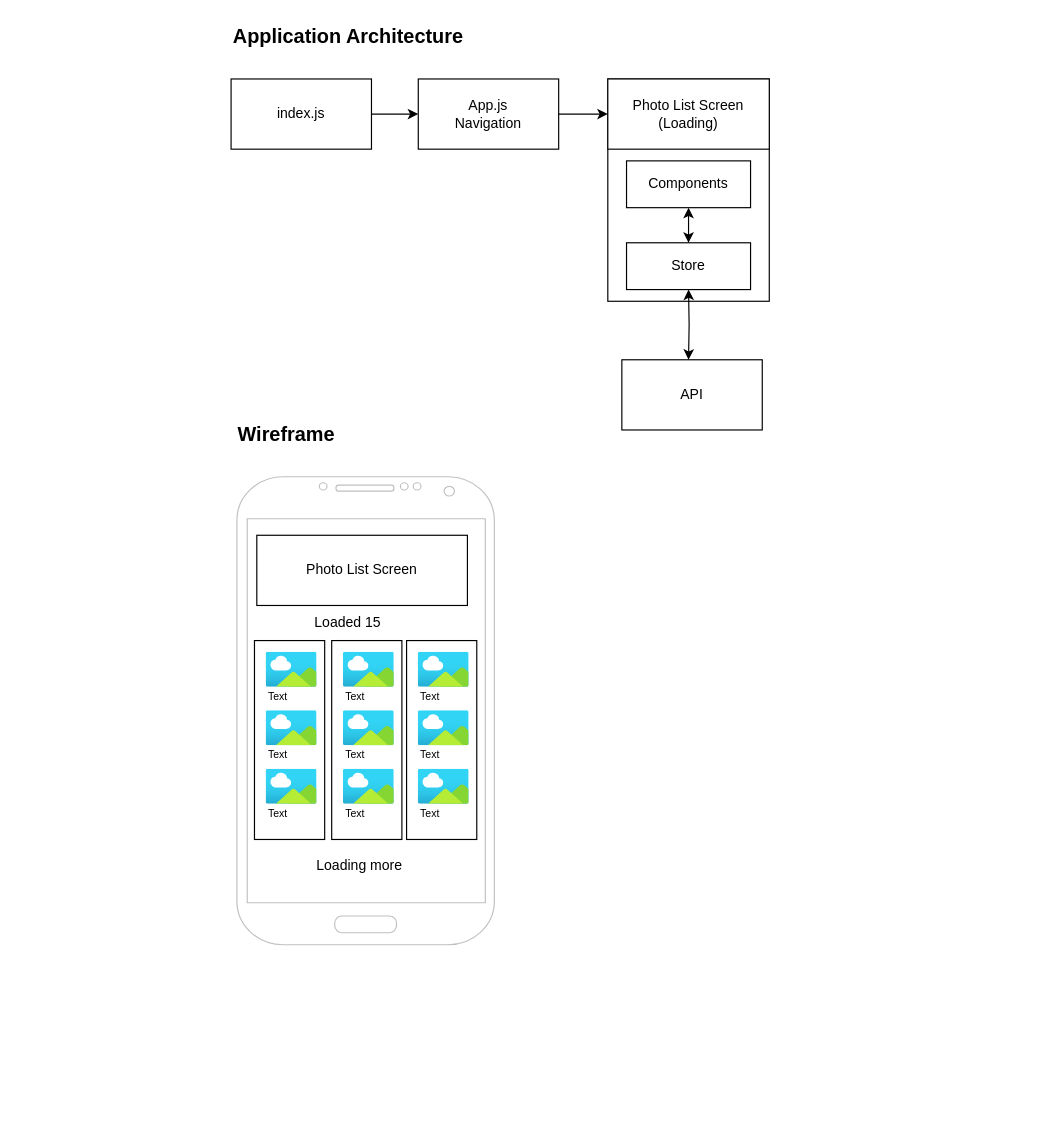
Before: SolutionDesign/SolutionDesign.drawio in MarshalPaterson/flickr-example, a draw.io diagram. Source tidied: cells renumbered, new cells numbered last; positions are measured from the earlier drawing's top-left corner, leaving out a move shared by most shapes. Both pictures are drawn from the tidied source at 117%, with x=0, y=0 at pixel (230, 20).
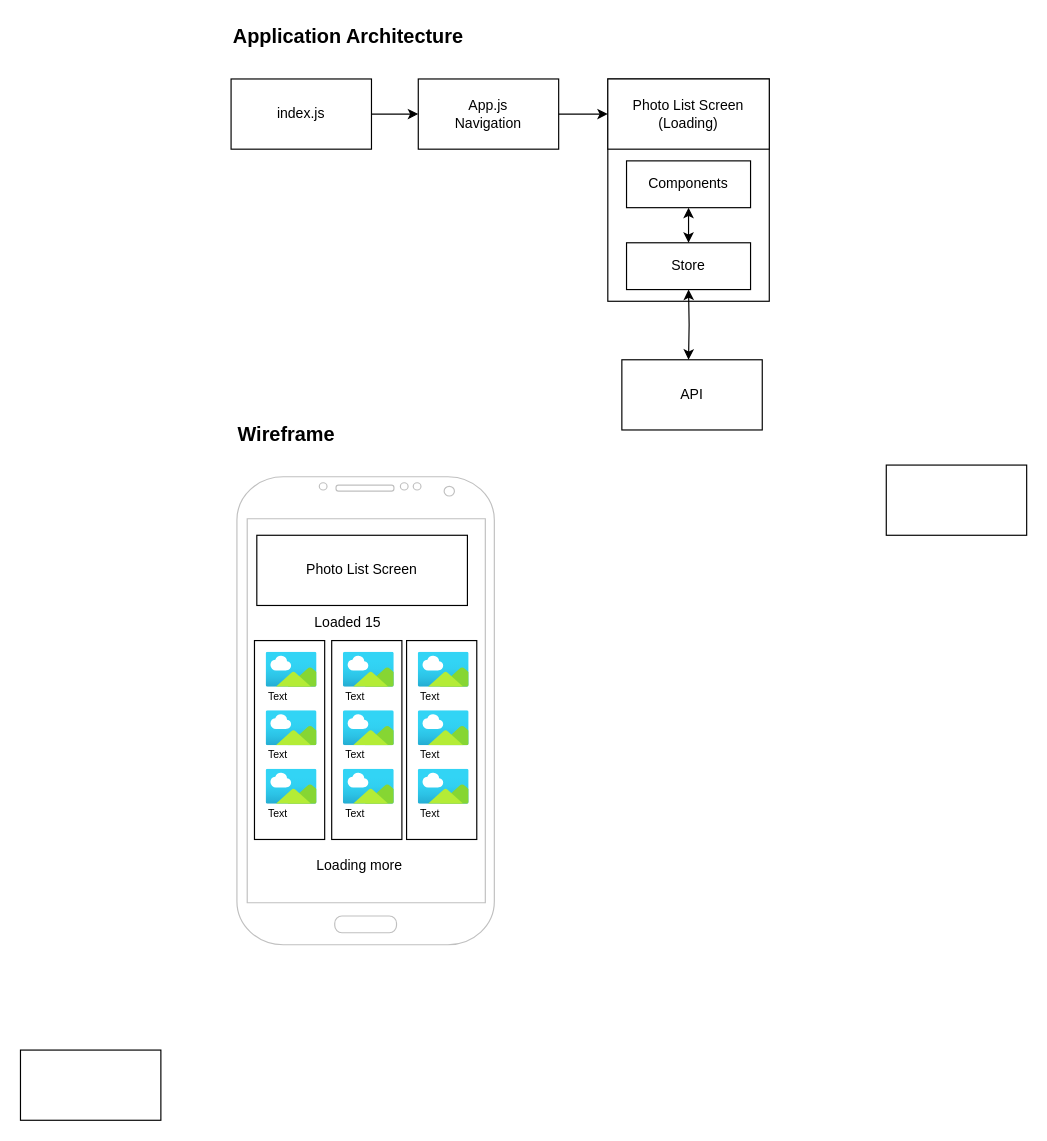
After the change.

Diff of the diagram source:
```diff
@@
+    <mxCell id="51" style="rounded=0;whiteSpace=wrap;html=1;" parent="1" vertex="1">
+      <mxGeometry x="560" y="380" width="120" height="60" as="geometry" />
+    </mxCell>
+    <mxCell id="52" style="rounded=0;whiteSpace=wrap;html=1;" parent="1" vertex="1">
+      <mxGeometry x="-180" y="880" width="120" height="60" as="geometry" />
+    </mxCell>
```
